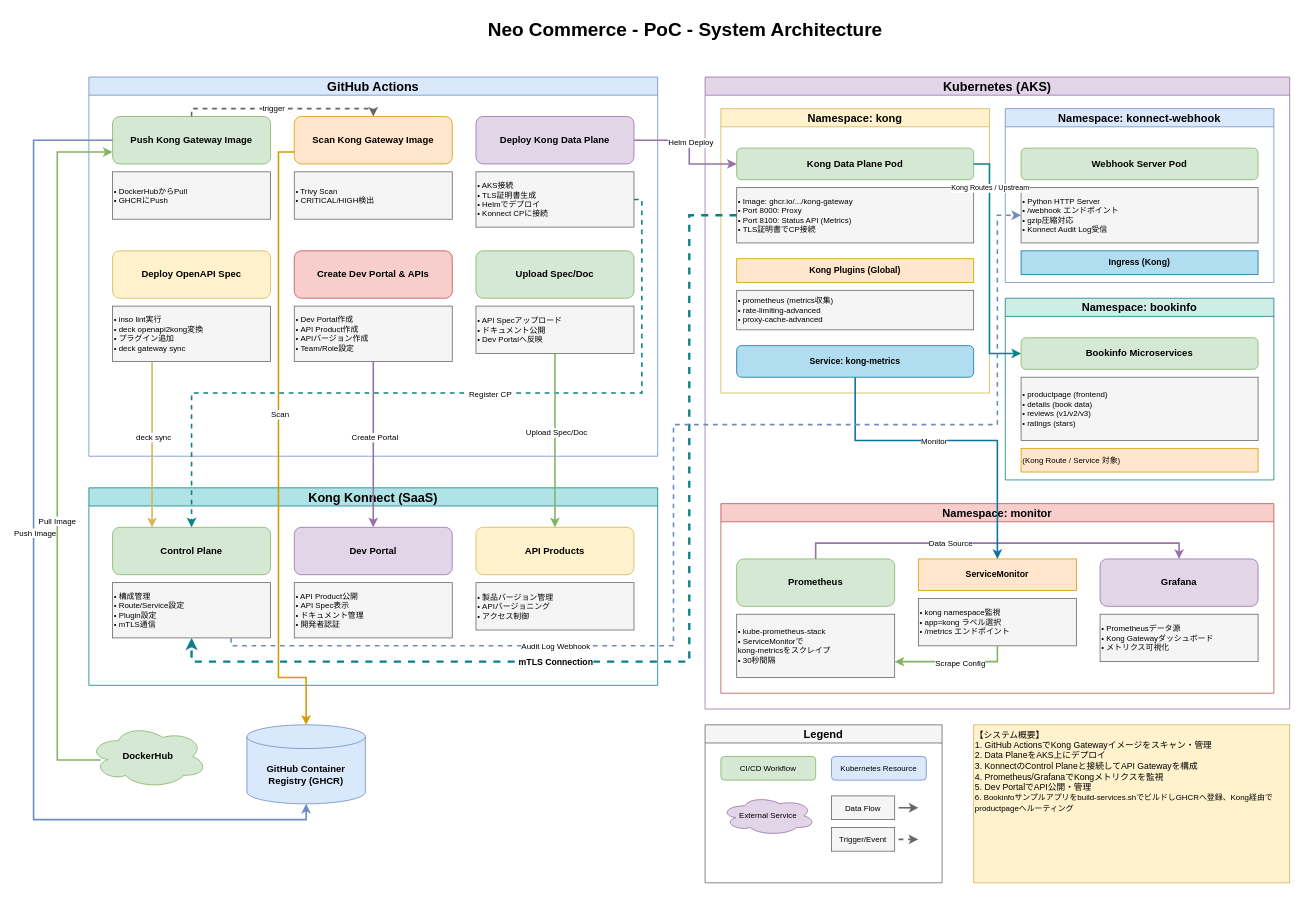
yuyakubo716/kong-bootcamp keeps this draw.io diagram as architecture-diagram.drawio. Above is the earlier version. Source tidied: cells renumbered, new cells numbered last; positions are measured from the earlier drawing's top-left corner, leaving out a move shared by most shapes. Both pictures are drawn from the tidied source at 79%, with x=0, y=0 at pixel (33, 13).
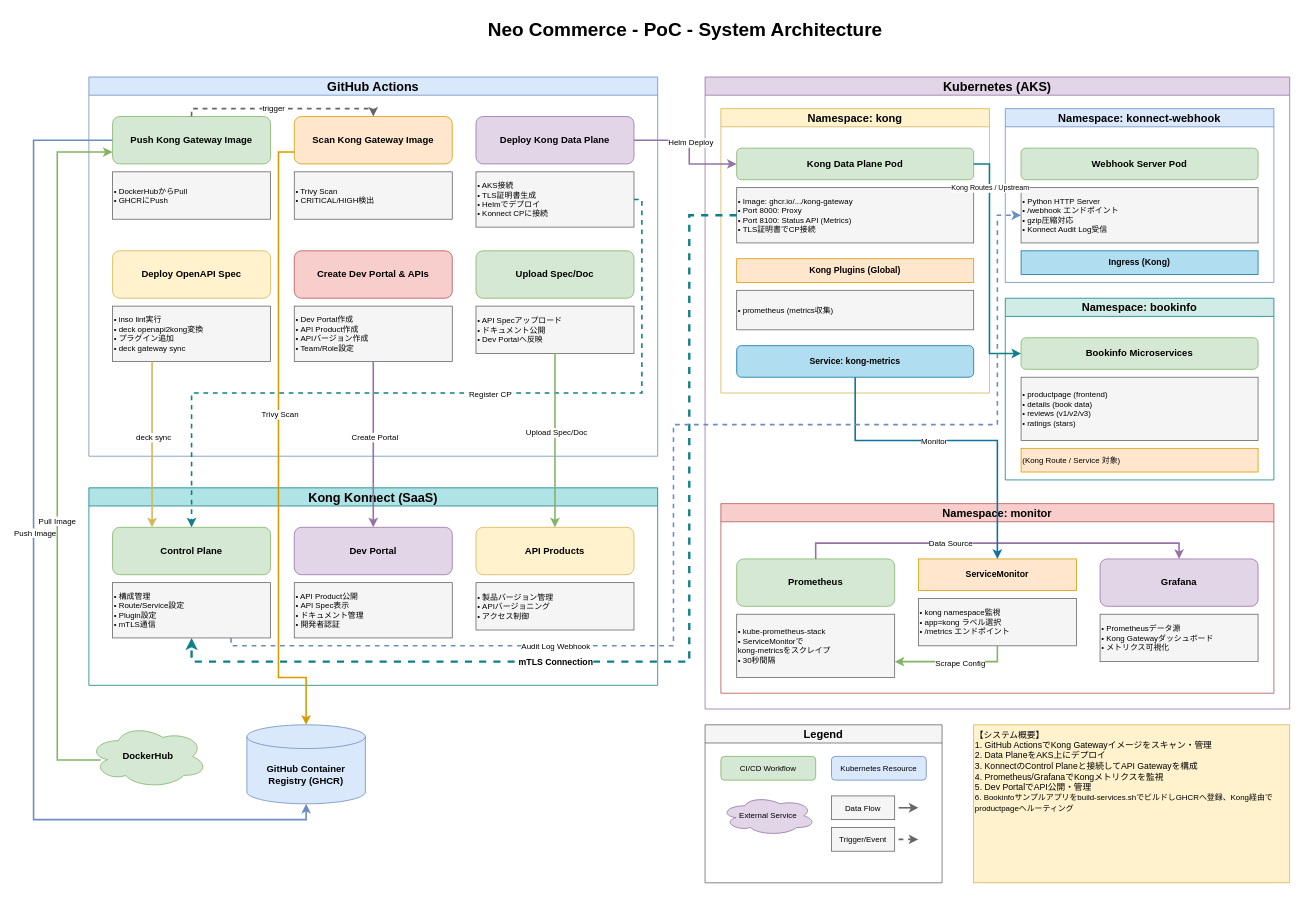
The same page after the edit.

Commit message:
architecture-diagram.drawioのスタイルとレイアウトを修正

The change refers to these unchanged cells:
```xml
<mxCell id="21" value="Namespace: kong" style="swimlane;whiteSpace=wrap;html=1;fillColor=#fff2cc;strokeColor=#d6b656;fontSize=14;fontStyle=1;" parent="16" vertex="1">
  <mxGeometry x="20" y="40" width="340" height="360" as="geometry" />
</mxCell>
<mxCell id="57" style="edgeStyle=orthogonalEdgeStyle;rounded=0;jettySize=auto;html=1;entryX=0.5;entryY=0;entryDx=0;entryDy=0;exitX=0;exitY=0.75;exitDx=0;exitDy=0;strokeWidth=2;strokeColor=#d79b00;entryPerimeter=0;" parent="1" edge="1" source="6" target="50">
  <mxGeometry relative="1" as="geometry">
    <Array as="points">
      <mxPoint x="310" y="175" />
      <mxPoint x="310" y="840" />
      <mxPoint x="345" y="840" />
    </Array>
  </mxGeometry>
</mxCell>
```

What changed in the source:
```diff
@@
-    <mxCell id="25" value="• prometheus (metrics収集)&#10;• rate-limiting-advanced&#10;• proxy-cache-advanced" style="rounded=0;whiteSpace=wrap;html=1;fillColor=#f5f5f5;strokeColor=#666666;fontSize=10;align=left;" parent="21" vertex="1">
+    <mxCell id="25" value="• prometheus (metrics収集)" style="rounded=0;whiteSpace=wrap;html=1;fillColor=#f5f5f5;strokeColor=#666666;fontSize=10;align=left;" parent="21" vertex="1">
       <mxGeometry x="20" y="230" width="300" height="50" as="geometry" />
     </mxCell>
@@
-    <mxCell id="58" value="Scan" style="edgeLabel;html=1;align=center;verticalAlign=middle;fontSize=10;" parent="57" vertex="1">
+    <mxCell id="58" value="Trivy Scan" style="edgeLabel;html=1;align=center;verticalAlign=middle;fontSize=10;" parent="57" vertex="1">
       <mxGeometry x="-0.1" y="1" relative="1" as="geometry" />
     </mxCell>
```
